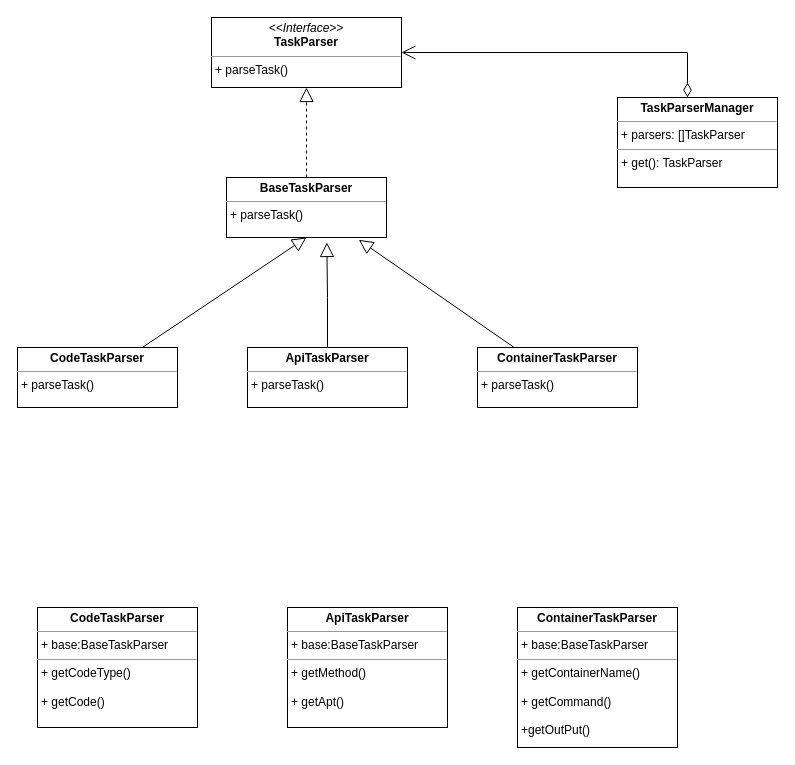
The draw.io diagram 任务解析类图.drawio in tianshengdiwangK/common, before the edit. Source tidied: cells renumbered, new cells numbered last; positions are measured from the earlier drawing's top-left corner, leaving out a move shared by most shapes. Both pictures are drawn from the tidied source at 100%, with x=0, y=0 at pixel (17, 17).
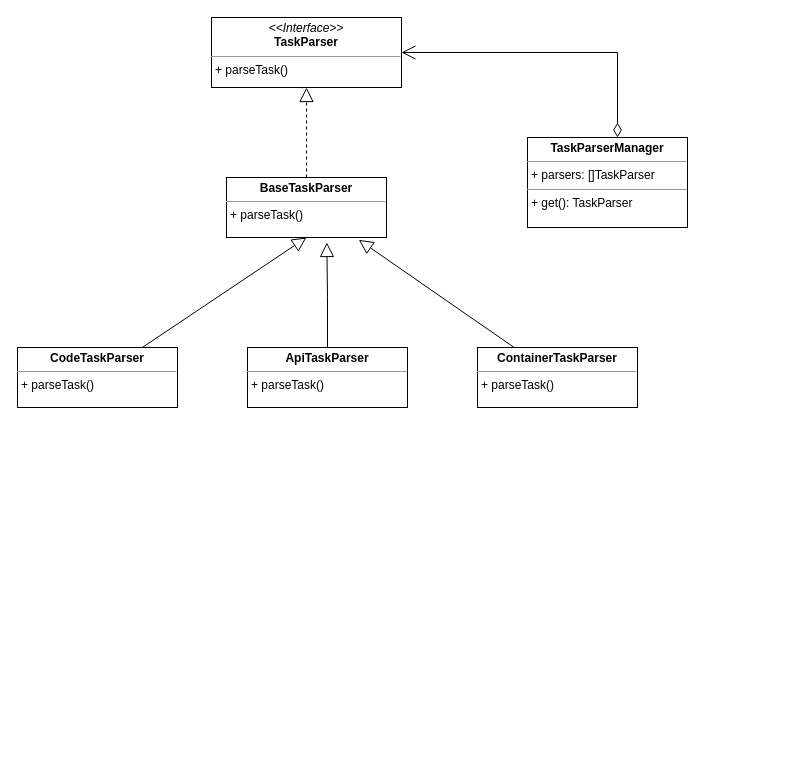
The same diagram, later.

Commit message (it also covers changes not shown here):
更新任务解析类图.drawio

What changed in the source:
```diff
@@
 <mxGraphModel>
   <root>
     <mxCell id="0" />
     <mxCell id="1" parent="0" />
     <mxCell id="2" value="&lt;p style=&quot;margin:0px;margin-top:4px;text-align:center;&quot;&gt;&lt;i&gt;&amp;lt;&amp;lt;Interface&amp;gt;&amp;gt;&lt;/i&gt;&lt;br&gt;&lt;b&gt;TaskParser&lt;/b&gt;&lt;/p&gt;&lt;hr size=&quot;1&quot;&gt;&lt;p style=&quot;margin:0px;margin-left:4px;&quot;&gt;+ parseTask()&lt;br&gt;&lt;/p&gt;&lt;p style=&quot;margin:0px;margin-left:4px;&quot;&gt;&lt;br&gt;&lt;/p&gt;" style="verticalAlign=top;align=left;overflow=fill;fontSize=12;fontFamily=Helvetica;html=1;whiteSpace=wrap;" parent="1" vertex="1">
       <mxGeometry x="194" width="190" height="70" as="geometry" />
     </mxCell>
     <mxCell id="3" style="rounded=0;jettySize=auto;html=1;entryX=1;entryY=0.5;entryDx=0;entryDy=0;edgeStyle=orthogonalEdgeStyle;endArrow=open;endFill=0;startArrow=diamondThin;startFill=0;endSize=12;startSize=12;" parent="1" edge="1" source="4" target="2">
       <mxGeometry relative="1" as="geometry">
         <Array as="points">
-          <mxPoint x="670" y="35" />
+          <mxPoint x="600" y="35" />
         </Array>
       </mxGeometry>
     </mxCell>
     <mxCell id="4" value="&lt;p style=&quot;margin:0px;margin-top:4px;text-align:center;&quot;&gt;&lt;b&gt;TaskParserManager&lt;/b&gt;&lt;/p&gt;&lt;hr size=&quot;1&quot;&gt;&lt;p style=&quot;margin:0px;margin-left:4px;&quot;&gt;+ parsers: []TaskParser&lt;/p&gt;&lt;hr size=&quot;1&quot;&gt;&lt;p style=&quot;margin:0px;margin-left:4px;&quot;&gt;+ get(): TaskParser&lt;/p&gt;" style="verticalAlign=top;align=left;overflow=fill;fontSize=12;fontFamily=Helvetica;html=1;whiteSpace=wrap;" parent="1" vertex="1">
-      <mxGeometry x="600" y="80" width="160" height="90" as="geometry" />
+      <mxGeometry x="510" y="120" width="160" height="90" as="geometry" />
     </mxCell>
     <mxCell id="5" style="edgeStyle=orthogonalEdgeStyle;rounded=0;jettySize=auto;html=1;entryX=0.5;entryY=1;entryDx=0;entryDy=0;dashed=1;endArrow=block;endFill=0;endSize=12;" parent="1" edge="1" source="6" target="2">
       <mxGeometry relative="1" as="geometry" />
     </mxCell>
     <mxCell id="6" value="&lt;p style=&quot;margin:0px;margin-top:4px;text-align:center;&quot;&gt;&lt;b&gt;BaseTaskParser&lt;/b&gt;&lt;/p&gt;&lt;hr size=&quot;1&quot;&gt;&lt;p style=&quot;margin:0px;margin-left:4px;&quot;&gt;+ parseTask()&lt;/p&gt;" style="verticalAlign=top;align=left;overflow=fill;fontSize=12;fontFamily=Helvetica;html=1;whiteSpace=wrap;" parent="1" vertex="1">
       <mxGeometry x="209" y="160" width="160" height="60" as="geometry" />
     </mxCell>
-    <mxCell id="7" value="&lt;p style=&quot;margin:0px;margin-top:4px;text-align:center;&quot;&gt;&lt;b&gt;CodeTaskParser&lt;/b&gt;&lt;/p&gt;&lt;hr size=&quot;1&quot;&gt;&lt;p style=&quot;margin:0px;margin-left:4px;&quot;&gt;+ base:BaseTaskParser&lt;/p&gt;&lt;hr size=&quot;1&quot;&gt;&lt;p style=&quot;margin:0px;margin-left:4px;&quot;&gt;+ getCodeType()&lt;/p&gt;&lt;p style=&quot;margin:0px;margin-left:4px;&quot;&gt;&lt;br&gt;&lt;/p&gt;&lt;p style=&quot;margin:0px;margin-left:4px;&quot;&gt;+ getCode()&lt;/p&gt;" style="verticalAlign=top;align=left;overflow=fill;fontSize=12;fontFamily=Helvetica;html=1;whiteSpace=wrap;" parent="1" vertex="1">
-      <mxGeometry x="20" y="590" width="160" height="120" as="geometry" />
-    </mxCell>
-    <mxCell id="8" value="&lt;p style=&quot;margin:0px;margin-top:4px;text-align:center;&quot;&gt;&lt;b&gt;ApiTaskParser&lt;/b&gt;&lt;/p&gt;&lt;hr size=&quot;1&quot;&gt;&lt;p style=&quot;margin:0px;margin-left:4px;&quot;&gt;+ base:BaseTaskParser&lt;/p&gt;&lt;hr size=&quot;1&quot;&gt;&lt;p style=&quot;margin:0px;margin-left:4px;&quot;&gt;+ getMethod()&lt;/p&gt;&lt;p style=&quot;margin:0px;margin-left:4px;&quot;&gt;&lt;br&gt;&lt;/p&gt;&lt;p style=&quot;margin:0px;margin-left:4px;&quot;&gt;+ getApt()&lt;/p&gt;" style="verticalAlign=top;align=left;overflow=fill;fontSize=12;fontFamily=Helvetica;html=1;whiteSpace=wrap;" parent="1" vertex="1">
-      <mxGeometry x="270" y="590" width="160" height="120" as="geometry" />
-    </mxCell>
-    <mxCell id="9" value="&lt;p style=&quot;margin:0px;margin-top:4px;text-align:center;&quot;&gt;&lt;b&gt;ContainerTaskParser&lt;/b&gt;&lt;/p&gt;&lt;hr size=&quot;1&quot;&gt;&lt;p style=&quot;margin:0px;margin-left:4px;&quot;&gt;+ base:BaseTaskParser&lt;/p&gt;&lt;hr size=&quot;1&quot;&gt;&lt;p style=&quot;margin:0px;margin-left:4px;&quot;&gt;+ getContainerName()&lt;/p&gt;&lt;p style=&quot;margin:0px;margin-left:4px;&quot;&gt;&lt;br&gt;&lt;/p&gt;&lt;p style=&quot;margin:0px;margin-left:4px;&quot;&gt;+ getCommand()&lt;/p&gt;&lt;p style=&quot;margin:0px;margin-left:4px;&quot;&gt;&lt;br&gt;&lt;/p&gt;&lt;p style=&quot;margin:0px;margin-left:4px;&quot;&gt;+getOutPut()&lt;/p&gt;&lt;p style=&quot;margin:0px;margin-left:4px;&quot;&gt;&lt;br&gt;&lt;/p&gt;" style="verticalAlign=top;align=left;overflow=fill;fontSize=12;fontFamily=Helvetica;html=1;whiteSpace=wrap;" parent="1" vertex="1">
-      <mxGeometry x="500" y="590" width="160" height="140" as="geometry" />
-    </mxCell>
     <mxCell id="10" style="rounded=0;jettySize=auto;html=1;entryX=0.5;entryY=1;entryDx=0;entryDy=0;endArrow=block;endFill=0;endSize=12;" parent="1" edge="1" source="11" target="6">
       <mxGeometry relative="1" as="geometry" />
     </mxCell>
     <mxCell id="11" value="&lt;p style=&quot;margin:0px;margin-top:4px;text-align:center;&quot;&gt;&lt;b&gt;CodeTaskParser&lt;/b&gt;&lt;/p&gt;&lt;hr size=&quot;1&quot;&gt;&lt;p style=&quot;margin:0px;margin-left:4px;&quot;&gt;+ parseTask()&lt;/p&gt;" style="verticalAlign=top;align=left;overflow=fill;fontSize=12;fontFamily=Helvetica;html=1;whiteSpace=wrap;" parent="1" vertex="1">
       <mxGeometry y="330" width="160" height="60" as="geometry" />
     </mxCell>
     <mxCell id="12" style="edgeStyle=orthogonalEdgeStyle;rounded=0;jettySize=auto;html=1;entryX=0.627;entryY=1.083;entryDx=0;entryDy=0;entryPerimeter=0;endArrow=block;endFill=0;endSize=12;" parent="1" edge="1" source="13" target="6">
       <mxGeometry relative="1" as="geometry" />
     </mxCell>
     <mxCell id="13" value="&lt;p style=&quot;margin:0px;margin-top:4px;text-align:center;&quot;&gt;&lt;b&gt;ApiTaskParser&lt;/b&gt;&lt;/p&gt;&lt;hr size=&quot;1&quot;&gt;&lt;p style=&quot;margin:0px;margin-left:4px;&quot;&gt;+ parseTask()&lt;/p&gt;" style="verticalAlign=top;align=left;overflow=fill;fontSize=12;fontFamily=Helvetica;html=1;whiteSpace=wrap;" parent="1" vertex="1">
       <mxGeometry x="230" y="330" width="160" height="60" as="geometry" />
     </mxCell>
     <mxCell id="14" style="rounded=0;jettySize=auto;html=1;entryX=0.827;entryY=1.039;entryDx=0;entryDy=0;entryPerimeter=0;endArrow=block;endFill=0;endSize=12;" parent="1" edge="1" source="15" target="6">
       <mxGeometry relative="1" as="geometry" />
     </mxCell>
     <mxCell id="15" value="&lt;p style=&quot;margin:0px;margin-top:4px;text-align:center;&quot;&gt;&lt;b&gt;ContainerTaskParser&lt;/b&gt;&lt;/p&gt;&lt;hr size=&quot;1&quot;&gt;&lt;p style=&quot;margin:0px;margin-left:4px;&quot;&gt;+ parseTask()&lt;/p&gt;" style="verticalAlign=top;align=left;overflow=fill;fontSize=12;fontFamily=Helvetica;html=1;whiteSpace=wrap;" parent="1" vertex="1">
       <mxGeometry x="460" y="330" width="160" height="60" as="geometry" />
     </mxCell>
   </root>
 </mxGraphModel>
```
